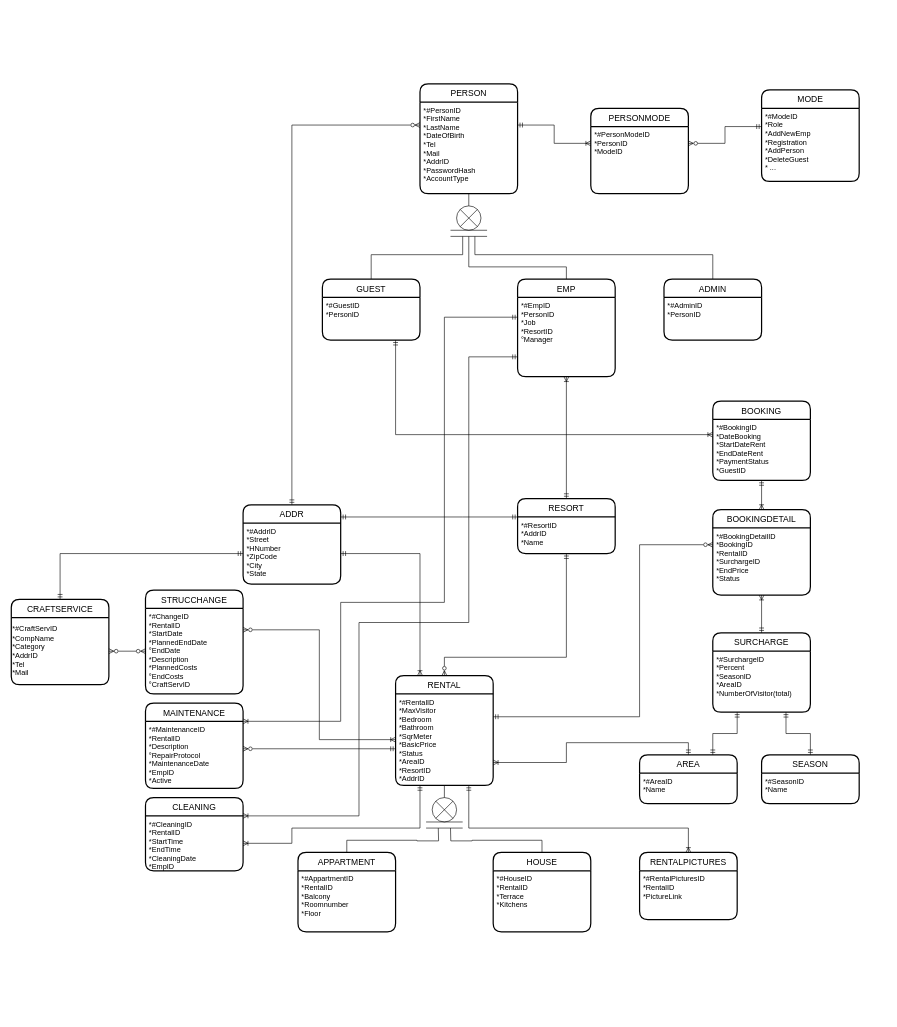
hatta137/sunshineparks keeps this draw.io diagram as ProjektdateienDatenbank/ER-Modell/Sunshine Parks ERM v12.drawio. Above is the earlier version. Source tidied: cells renumbered, new cells numbered last; positions are measured from the earlier drawing's top-left corner, leaving out a move shared by most shapes. Both pictures are drawn from the tidied source at 61%, with x=0, y=0 at pixel (11, 84).
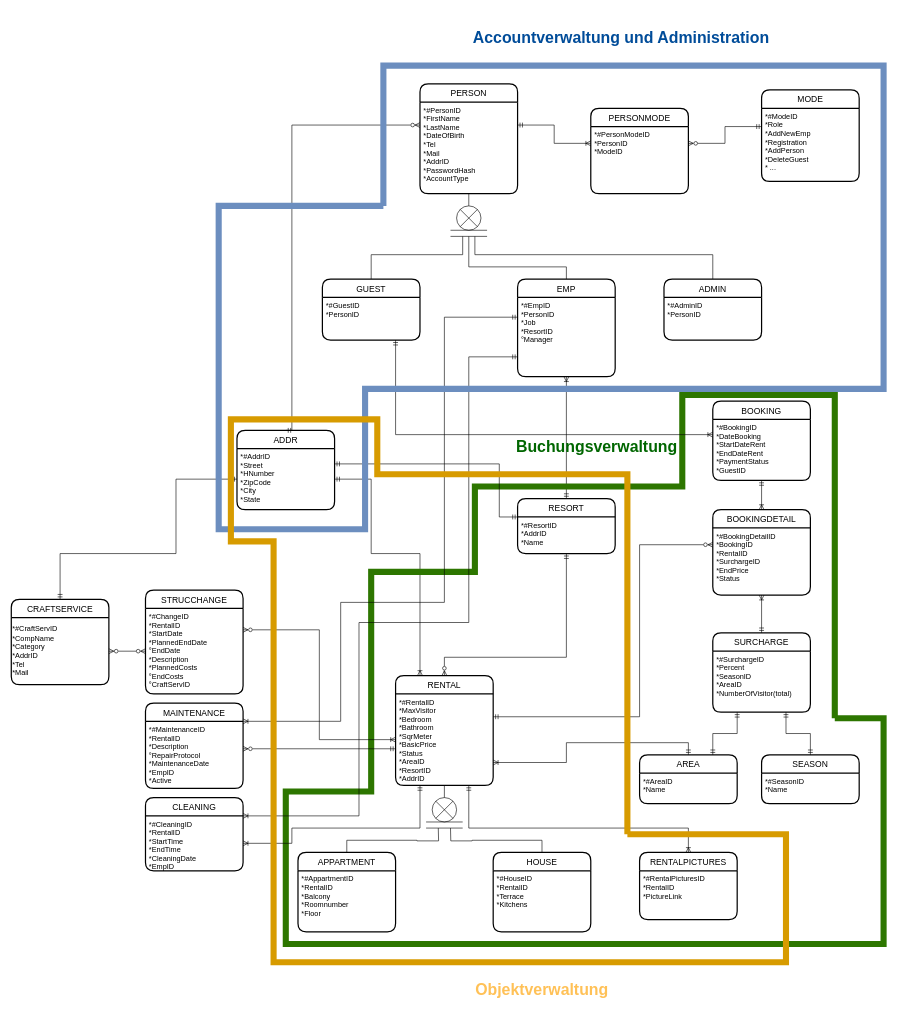
The same diagram, later.

The change refers to these unchanged cells:
```xml
<mxCell id="3" value="*#AddrID&#10;*Street&#10;*HNumber&#10;*ZipCode&#10;*City&#10;*State&#10;&#10;" style="align=left;strokeColor=none;fillColor=none;spacingLeft=4;fontSize=12;verticalAlign=top;" parent="2" vertex="1">
  <mxGeometry y="30" width="160" height="100" as="geometry" />
</mxCell>
<mxCell id="6" value="*#ResortID&#10;*AddrID&#10;*Name&#10;" style="align=left;strokeColor=none;fillColor=none;spacingLeft=4;fontSize=12;verticalAlign=top;" parent="5" vertex="1">
  <mxGeometry y="30" width="160" height="60" as="geometry" />
</mxCell>
<mxCell id="8" value="RENTAL" style="swimlane;horizontal=1;startSize=30;rounded=1;fontSize=14;fontStyle=0;strokeWidth=2;shadow=0;dashed=0;align=center;" parent="1" vertex="1">
  <mxGeometry x="630" y="970" width="160" height="180" as="geometry" />
</mxCell>
<mxCell id="22" value="BOOKING" style="swimlane;horizontal=1;startSize=30;rounded=1;fontSize=14;fontStyle=0;strokeWidth=2;shadow=0;dashed=0;align=center;" parent="1" vertex="1">
  <mxGeometry x="1150" y="520" width="160" height="130" as="geometry" />
</mxCell>
<mxCell id="53" value="CRAFTSERVICE" style="swimlane;horizontal=1;startSize=30;rounded=1;fontSize=14;fontStyle=0;strokeWidth=2;shadow=0;dashed=0;align=center;" parent="1" vertex="1">
  <mxGeometry y="845" width="160" height="140" as="geometry" />
</mxCell>
```

The edit, as a diff of the source:
```diff
@@
     <mxCell id="2" value="ADDR" style="swimlane;horizontal=1;startSize=30;rounded=1;fontSize=14;fontStyle=0;strokeWidth=2;shadow=0;dashed=0;align=center;" parent="1" vertex="1">
-      <mxGeometry x="380" y="690" width="160" height="130" as="geometry" />
+      <mxGeometry x="370" y="568" width="160" height="130" as="geometry" />
     </mxCell>
@@
     <mxCell id="10" style="edgeStyle=orthogonalEdgeStyle;rounded=0;jettySize=auto;html=1;exitX=0.25;exitY=0;exitDx=0;exitDy=0;entryX=1;entryY=0.5;entryDx=0;entryDy=0;startArrow=ERoneToMany;startFill=0;endArrow=ERmandOne;endFill=0;" parent="1" edge="1" source="8" target="3">
       <mxGeometry relative="1" as="geometry">
         <Array as="points">
           <mxPoint x="670" y="770" />
+          <mxPoint x="590" y="770" />
+          <mxPoint x="590" y="648" />
         </Array>
       </mxGeometry>
     </mxCell>
@@
+    <mxCell id="83" style="endArrow=none;html=1;rounded=0;strokeWidth=10;fillColor=#60a917;strokeColor=#2D7600;" parent="22" edge="1">
+      <mxGeometry relative="1" as="geometry">
+        <mxPoint x="200" y="520" as="sourcePoint" />
+        <mxPoint x="200" y="520" as="targetPoint" />
+        <Array as="points">
+          <mxPoint x="280" y="520" />
+          <mxPoint x="280" y="890" />
+          <mxPoint x="-700" y="890" />
+          <mxPoint x="-700" y="640" />
+          <mxPoint x="-560" y="640" />
+          <mxPoint x="-560" y="280" />
+          <mxPoint x="-390" y="280" />
+          <mxPoint x="-390" y="140" />
+          <mxPoint x="-50" y="140" />
+          <mxPoint x="-50" y="-10" />
+          <mxPoint x="200" y="-10" />
+        </Array>
+      </mxGeometry>
+    </mxCell>
@@
-    <mxCell id="43" style="edgeStyle=orthogonalEdgeStyle;rounded=0;jettySize=auto;html=1;startArrow=ERmandOne;startFill=0;endArrow=ERmandOne;endFill=0;entryX=0;entryY=0;entryDx=0;entryDy=0;" parent="1" edge="1" target="6">
+    <mxCell id="43" style="edgeStyle=orthogonalEdgeStyle;rounded=0;jettySize=auto;html=1;startArrow=ERmandOne;startFill=0;endArrow=ERmandOne;endFill=0;entryX=0;entryY=0;entryDx=0;entryDy=0;exitX=1;exitY=0.25;exitDx=0;exitDy=0;" parent="1" edge="1" source="3" target="6">
       <mxGeometry relative="1" as="geometry">
-        <mxPoint x="540" y="710" as="sourcePoint" />
         <Array as="points">
-          <mxPoint x="740" y="710" />
-          <mxPoint x="740" y="710" />
+          <mxPoint x="800" y="623" />
+          <mxPoint x="800" y="710" />
         </Array>
       </mxGeometry>
     </mxCell>
@@
     <mxCell id="52" style="edgeStyle=orthogonalEdgeStyle;rounded=0;jettySize=auto;html=1;entryX=0;entryY=0.5;entryDx=0;entryDy=0;startArrow=ERmandOne;startFill=0;endArrow=ERmandOne;endFill=0;exitX=0.5;exitY=0;exitDx=0;exitDy=0;" parent="1" edge="1" source="53" target="3">
       <mxGeometry relative="1" as="geometry">
         <Array as="points">
           <mxPoint x="80" y="770" />
+          <mxPoint x="270" y="770" />
+          <mxPoint x="270" y="648" />
         </Array>
       </mxGeometry>
     </mxCell>
@@
+    <mxCell id="84" style="endArrow=none;html=1;rounded=0;strokeWidth=10;fillColor=#dae8fc;strokeColor=#6c8ebf;" parent="1" edge="1">
+      <mxGeometry relative="1" as="geometry">
+        <mxPoint x="610" y="200" as="sourcePoint" />
+        <mxPoint x="610" y="200" as="targetPoint" />
+        <Array as="points">
+          <mxPoint x="610" y="-30" />
+          <mxPoint x="1430" y="-30" />
+          <mxPoint x="1430" y="500" />
+          <mxPoint x="1220" y="500" />
+          <mxPoint x="580" y="500" />
+          <mxPoint x="580" y="730" />
+          <mxPoint x="340" y="730" />
+          <mxPoint x="340" y="200" />
+        </Array>
+      </mxGeometry>
+    </mxCell>
+    <mxCell id="85" style="endArrow=none;html=1;rounded=0;strokeWidth=10;fillColor=#ffe6cc;strokeColor=#d79b00;" parent="1" edge="1">
+      <mxGeometry relative="1" as="geometry">
+        <mxPoint x="1010" y="1230" as="sourcePoint" />
+        <mxPoint x="1010" y="1230" as="targetPoint" />
+        <Array as="points">
+          <mxPoint x="1270" y="1230" />
+          <mxPoint x="1270" y="1440" />
+          <mxPoint x="430" y="1440" />
+          <mxPoint x="430" y="750" />
+          <mxPoint x="360" y="750" />
+          <mxPoint x="360" y="550" />
+          <mxPoint x="600" y="550" />
+          <mxPoint x="600" y="640" />
+          <mxPoint x="1010" y="640" />
+        </Array>
+      </mxGeometry>
+    </mxCell>
+    <mxCell id="86" value="&lt;font style=&quot;font-size: 26px&quot; color=&quot;#004c99&quot;&gt;&lt;b&gt;Accountverwaltung und Administration&lt;/b&gt;&lt;/font&gt;" style="text;html=1;strokeColor=none;fillColor=none;align=center;verticalAlign=middle;whiteSpace=wrap;rounded=0;" parent="1" vertex="1">
+      <mxGeometry x="740" y="-120" width="520" height="90" as="geometry" />
+    </mxCell>
+    <mxCell id="87" value="&lt;font style=&quot;font-size: 26px&quot; color=&quot;#ffc157&quot;&gt;&lt;b&gt;Objektverwaltung&lt;/b&gt;&lt;/font&gt;" style="text;html=1;strokeColor=none;fillColor=none;align=center;verticalAlign=middle;whiteSpace=wrap;rounded=0;" parent="1" vertex="1">
+      <mxGeometry x="610" y="1440" width="520" height="90" as="geometry" />
+    </mxCell>
+    <mxCell id="88" value="&lt;font style=&quot;font-size: 26px&quot; color=&quot;#006600&quot;&gt;&lt;b&gt;Buchungsverwaltung&lt;/b&gt;&lt;/font&gt;" style="text;html=1;strokeColor=none;fillColor=none;align=center;verticalAlign=middle;whiteSpace=wrap;rounded=0;" parent="1" vertex="1">
+      <mxGeometry x="700" y="550" width="520" height="90" as="geometry" />
+    </mxCell>
```
